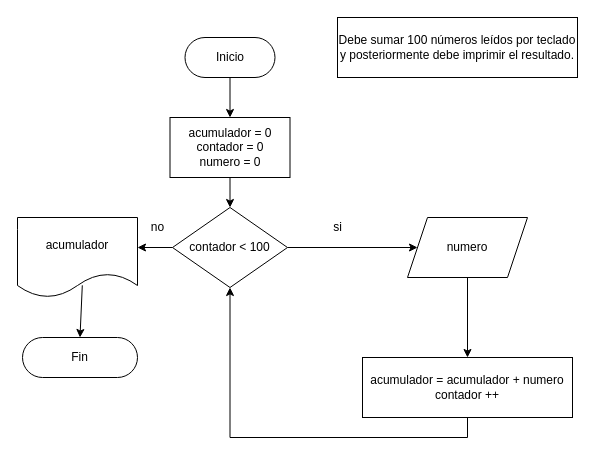
Earlier version of the draw.io diagram page "Ejercicio 3" (3 of 5) of Intro a la programacion/Trabajo en clase/Trabajo en Clase 5-20-2021.drawio (jjarahe/React-Curso-Ucreativa). Source tidied: cells renumbered, new cells numbered last; positions are measured from the earlier drawing's top-left corner, leaving out a move shared by most shapes. Both pictures are drawn from the tidied source at 100%, with x=0, y=0 at pixel (17, 17).
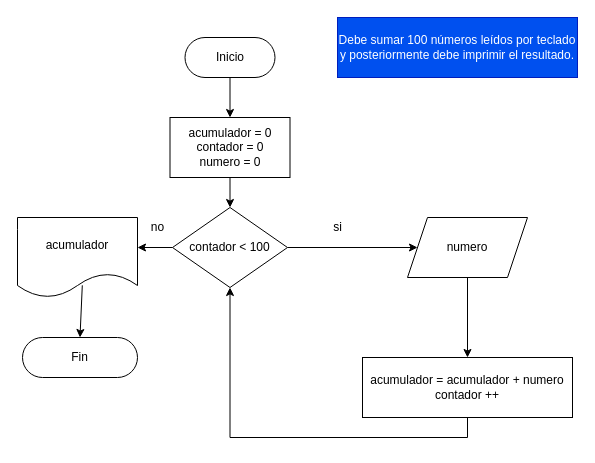
After the change.

Change to the diagram source:
```diff
@@
 <mxGraphModel>
   <root>
     <mxCell id="0" />
     <mxCell id="1" parent="0" />
     <mxCell id="2" style="edgeStyle=orthogonalEdgeStyle;rounded=0;jettySize=auto;html=1;exitX=0.5;exitY=1;exitDx=0;exitDy=0;entryX=0.5;entryY=0;entryDx=0;entryDy=0;" parent="1" edge="1" source="3" target="5">
       <mxGeometry relative="1" as="geometry" />
     </mxCell>
     <mxCell id="3" value="Inicio" style="rounded=1;whiteSpace=wrap;html=1;arcSize=50;" parent="1" vertex="1">
       <mxGeometry x="167.5" y="20" width="90" height="40" as="geometry" />
     </mxCell>
     <mxCell id="4" style="edgeStyle=orthogonalEdgeStyle;rounded=0;jettySize=auto;html=1;exitX=0.5;exitY=1;exitDx=0;exitDy=0;entryX=0.5;entryY=0;entryDx=0;entryDy=0;" parent="1" edge="1" source="5" target="12">
       <mxGeometry relative="1" as="geometry" />
     </mxCell>
     <mxCell id="5" value="acumulador = 0&lt;br&gt;contador = 0&lt;br&gt;numero = 0" style="rounded=0;whiteSpace=wrap;html=1;" parent="1" vertex="1">
       <mxGeometry x="152.5" y="100" width="120" height="60" as="geometry" />
     </mxCell>
     <mxCell id="6" style="edgeStyle=orthogonalEdgeStyle;rounded=0;jettySize=auto;html=1;exitX=0.5;exitY=1;exitDx=0;exitDy=0;entryX=0.5;entryY=0;entryDx=0;entryDy=0;" parent="1" edge="1" source="7" target="9">
       <mxGeometry relative="1" as="geometry" />
     </mxCell>
     <mxCell id="7" value="numero" style="shape=parallelogram;perimeter=parallelogramPerimeter;whiteSpace=wrap;html=1;fixedSize=1;" parent="1" vertex="1">
       <mxGeometry x="390" y="200" width="120" height="60" as="geometry" />
     </mxCell>
     <mxCell id="8" style="edgeStyle=orthogonalEdgeStyle;rounded=0;jettySize=auto;html=1;exitX=0.5;exitY=1;exitDx=0;exitDy=0;entryX=0.5;entryY=1;entryDx=0;entryDy=0;" parent="1" edge="1" source="9" target="12">
       <mxGeometry relative="1" as="geometry" />
     </mxCell>
     <mxCell id="9" value="acumulador = acumulador + numero&lt;br&gt;contador ++" style="rounded=0;whiteSpace=wrap;html=1;" parent="1" vertex="1">
       <mxGeometry x="345" y="340" width="210" height="60" as="geometry" />
     </mxCell>
     <mxCell id="10" style="edgeStyle=orthogonalEdgeStyle;rounded=0;jettySize=auto;html=1;exitX=1;exitY=0.5;exitDx=0;exitDy=0;entryX=0;entryY=0.5;entryDx=0;entryDy=0;" parent="1" edge="1" source="12" target="7">
       <mxGeometry relative="1" as="geometry" />
     </mxCell>
     <mxCell id="11" style="edgeStyle=orthogonalEdgeStyle;rounded=0;jettySize=auto;html=1;exitX=0;exitY=0.5;exitDx=0;exitDy=0;" parent="1" edge="1" source="12">
       <mxGeometry relative="1" as="geometry">
         <mxPoint x="120" y="230" as="targetPoint" />
       </mxGeometry>
     </mxCell>
     <mxCell id="12" value="contador &amp;lt; 100" style="rhombus;whiteSpace=wrap;html=1;" parent="1" vertex="1">
       <mxGeometry x="155" y="190" width="115" height="80" as="geometry" />
     </mxCell>
     <mxCell id="13" value="si" style="text;html=1;align=center;verticalAlign=middle;" parent="1" vertex="1">
       <mxGeometry x="310" y="200" width="20" height="20" as="geometry" />
     </mxCell>
-    <mxCell id="14" value="Debe sumar 100 números leídos por teclado y posteriormente debe imprimir el resultado." style="whiteSpace=wrap;html=1;" parent="1" vertex="1">
+    <mxCell id="14" value="Debe sumar 100 números leídos por teclado y posteriormente debe imprimir el resultado." style="whiteSpace=wrap;html=1;fillColor=#0050ef;strokeColor=#001DBC;fontColor=#ffffff;" parent="1" vertex="1">
       <mxGeometry x="320" width="240" height="60" as="geometry" />
     </mxCell>
     <mxCell id="15" value="no" style="text;html=1;align=center;verticalAlign=middle;" parent="1" vertex="1">
       <mxGeometry x="125" y="200" width="30" height="20" as="geometry" />
     </mxCell>
     <mxCell id="16" value="acumulador" style="shape=document;whiteSpace=wrap;html=1;boundedLbl=1;" parent="1" vertex="1">
       <mxGeometry y="200" width="120" height="80" as="geometry" />
     </mxCell>
     <mxCell id="17" value="Fin" style="rounded=1;whiteSpace=wrap;html=1;arcSize=50;" parent="1" vertex="1">
       <mxGeometry x="5" y="320" width="115" height="40" as="geometry" />
     </mxCell>
     <mxCell id="18" style="endArrow=classic;html=1;exitX=0.54;exitY=0.848;exitDx=0;exitDy=0;exitPerimeter=0;entryX=0.5;entryY=0;entryDx=0;entryDy=0;" parent="1" edge="1" source="16" target="17">
       <mxGeometry relative="1" as="geometry" />
     </mxCell>
   </root>
 </mxGraphModel>
```
